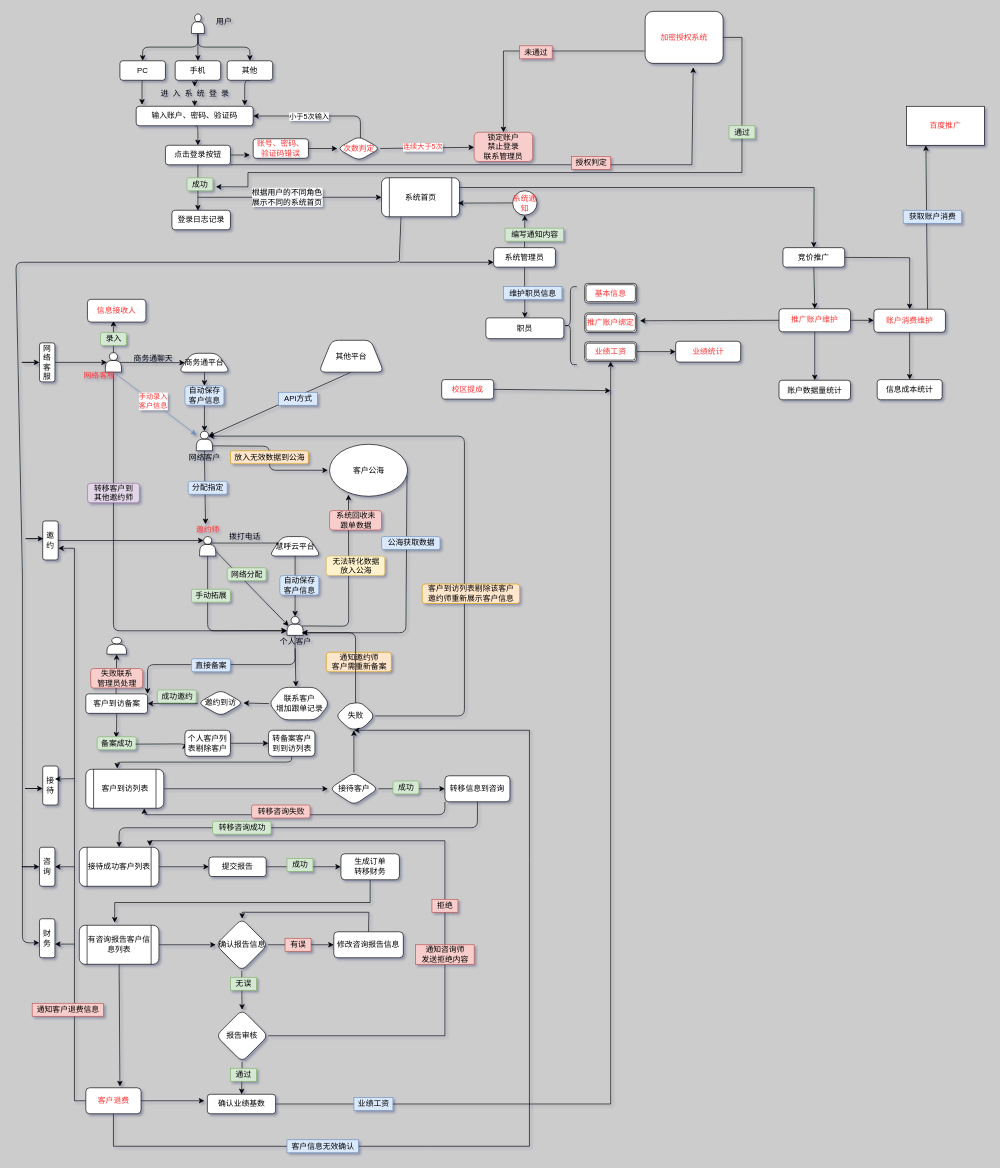
Before: Untitled Diagram.drawio in cdcmo/hgedu, a draw.io diagram. Source tidied: cells renumbered, new cells numbered last; positions are measured from the earlier drawing's top-left corner, leaving out a move shared by most shapes. Both pictures are drawn from the tidied source at 65%, with x=0, y=0 at pixel (16, 11).
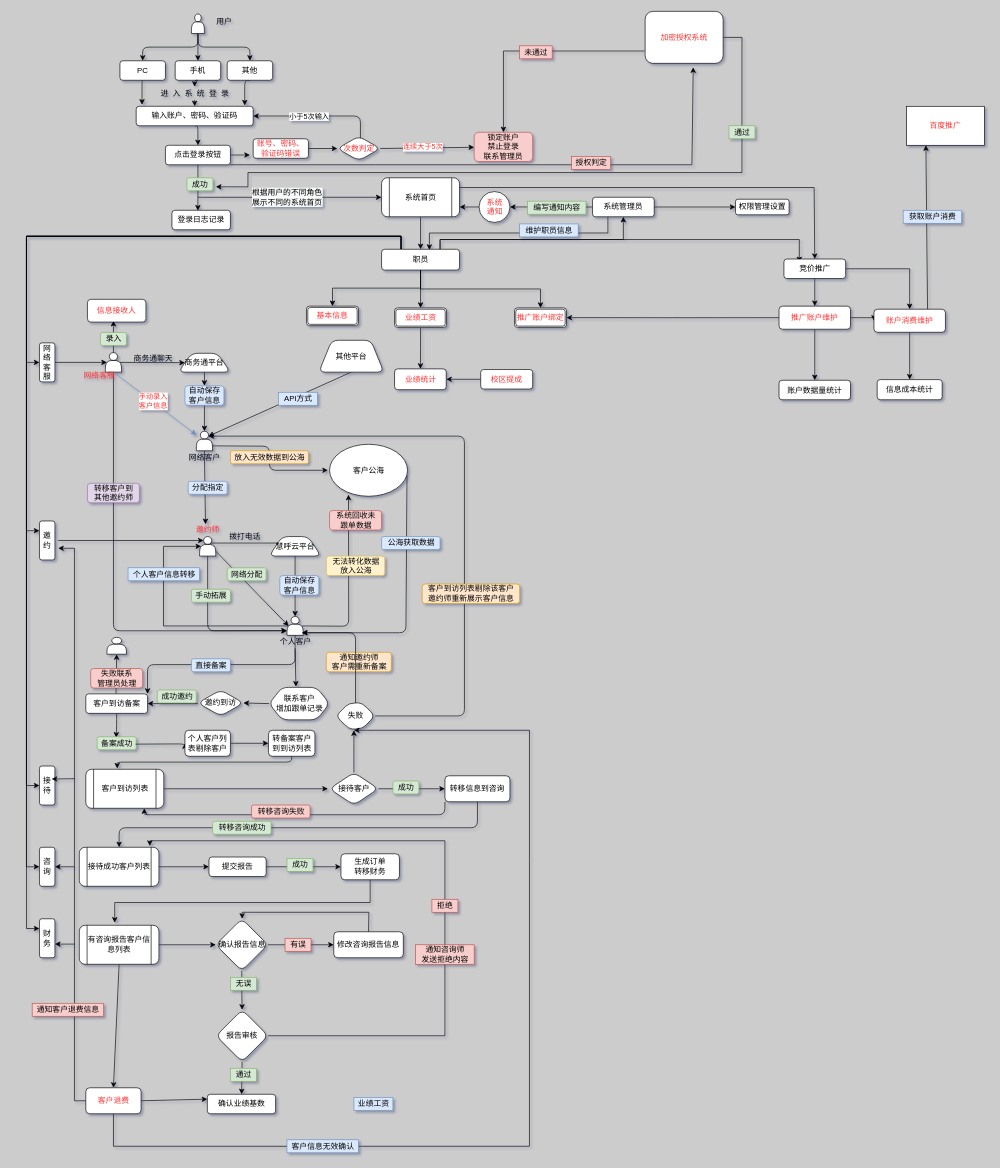
Above is the later version.

Unchanged cells that the change refers to:
```xml
<mxCell id="35" value="&lt;font color=&quot;#000000&quot;&gt;系统首页&lt;/font&gt;" style="shape=process;whiteSpace=wrap;html=1;backgroundOutline=1;fontColor=#FF3333;rounded=1;" parent="1" vertex="1">
  <mxGeometry x="562.5" y="256" width="120" height="60" as="geometry" />
</mxCell>
<mxCell id="50" style="shape=actor;whiteSpace=wrap;html=1;fontColor=#FF3333;rounded=1;" parent="1" vertex="1">
  <mxGeometry x="282.5" y="808" width="25" height="30" as="geometry" />
</mxCell>
<mxCell id="65" style="shape=actor;whiteSpace=wrap;html=1;fontColor=#FF3333;rounded=1;" parent="1" vertex="1">
  <mxGeometry x="417" y="931" width="25" height="29" as="geometry" />
</mxCell>
<mxCell id="114" value="咨询" style="whiteSpace=wrap;html=1;fontColor=#000000;rounded=1;" parent="1" vertex="1">
  <mxGeometry x="36.2" y="1286" width="23.8" height="60" as="geometry" />
</mxCell>
<mxCell id="120" value="网络客服" style="whiteSpace=wrap;html=1;fontColor=#000000;rounded=1;" parent="1" vertex="1">
  <mxGeometry x="36.2" y="510" width="23.8" height="60" as="geometry" />
</mxCell>
<mxCell id="128" value="财务" style="whiteSpace=wrap;html=1;fontColor=#000000;rounded=1;" parent="1" vertex="1">
  <mxGeometry x="36.2" y="1396" width="23.8" height="60" as="geometry" />
</mxCell>
<mxCell id="132" value="有咨询报告客户信息列表" style="shape=process;whiteSpace=wrap;html=1;backgroundOutline=1;fontColor=#000000;rounded=1;" parent="1" vertex="1">
  <mxGeometry x="97.5" y="1406" width="122.5" height="60" as="geometry" />
</mxCell>
<mxCell id="149" value="&lt;font color=&quot;#000000&quot;&gt;确认业绩基数&lt;/font&gt;" style="rounded=1;whiteSpace=wrap;html=1;fontColor=#FF3333;" parent="1" vertex="1">
  <mxGeometry x="294.5" y="1666" width="105" height="30" as="geometry" />
</mxCell>
<mxCell id="154" value="客户退费" style="rounded=1;whiteSpace=wrap;html=1;fontColor=#FF3333;" parent="1" vertex="1">
  <mxGeometry x="107.5" y="1656" width="85" height="40" as="geometry" />
</mxCell>
<mxCell id="193" value="账户消费维护" style="rounded=1;whiteSpace=wrap;html=1;fontColor=#FF3333;" parent="1" vertex="1">
  <mxGeometry x="1320" y="458.2" width="110" height="35.5" as="geometry" />
</mxCell>
```

Change to the diagram source:
```diff
@@
-    <mxCell id="33" style="edgeStyle=none;jettySize=auto;html=1;exitX=0.25;exitY=1;exitDx=0;exitDy=0;fontColor=#000000;entryX=-0.011;entryY=0.617;entryDx=0;entryDy=0;entryPerimeter=0;" parent="1" edge="1" source="35" target="128">
-      <mxGeometry relative="1" as="geometry">
-        <Array as="points">
-          <mxPoint x="590" y="376" />
-          <mxPoint x="590" y="386" />
-          <mxPoint y="386" />
-          <mxPoint x="10" y="866" />
-          <mxPoint x="10" y="1106" />
-          <mxPoint x="10" y="1226" />
-          <mxPoint x="10" y="1309" />
-          <mxPoint x="10" y="1433" />
-        </Array>
-      </mxGeometry>
-    </mxCell>
@@
+    <mxCell id="199" style="edgeStyle=orthogonalEdgeStyle;rounded=0;jettySize=auto;html=1;exitX=0.5;exitY=1;exitDx=0;exitDy=0;entryX=0.5;entryY=0;entryDx=0;entryDy=0;" parent="1" edge="1" source="35" target="167">
+      <mxGeometry relative="1" as="geometry" />
+    </mxCell>
@@
+    <mxCell id="200" style="edgeStyle=orthogonalEdgeStyle;rounded=0;jettySize=auto;html=1;exitX=0.1;exitY=0.5;exitDx=0;exitDy=0;exitPerimeter=0;entryX=0.1;entryY=0.5;entryDx=0;entryDy=0;entryPerimeter=0;" parent="1" edge="1" source="65" target="50">
+      <mxGeometry relative="1" as="geometry">
+        <Array as="points">
+          <mxPoint x="227" y="946" />
+          <mxPoint x="227" y="823" />
+        </Array>
+      </mxGeometry>
+    </mxCell>
@@
     <mxCell id="115" value="接待" style="whiteSpace=wrap;html=1;fontColor=#000000;rounded=1;" parent="1" vertex="1">
-      <mxGeometry x="41.2" y="1161" width="23.8" height="60" as="geometry" />
+      <mxGeometry x="36.2" y="1161" width="23.8" height="60" as="geometry" />
     </mxCell>
@@
     <mxCell id="117" value="邀约" style="whiteSpace=wrap;html=1;fontColor=#000000;rounded=1;" parent="1" vertex="1">
-      <mxGeometry x="41.2" y="784" width="23.8" height="60" as="geometry" />
+      <mxGeometry x="36.2" y="784" width="23.8" height="60" as="geometry" />
     </mxCell>
-    <mxCell id="118" style="edgeStyle=none;jettySize=auto;html=1;exitX=0;exitY=0.5;exitDx=0;exitDy=0;fontColor=#000000;entryX=0;entryY=0.5;entryDx=0;entryDy=0;" parent="1" edge="1" target="120">
-      <mxGeometry relative="1" as="geometry">
-        <mxPoint x="30.2" y="540" as="sourcePoint" />
-        <Array as="points">
-          <mxPoint x="4" y="540" />
-        </Array>
-      </mxGeometry>
-    </mxCell>
@@
-    <mxCell id="121" style="edgeStyle=none;orthogonalLoop=1;jettySize=auto;html=1;exitX=0;exitY=0.5;exitDx=0;exitDy=0;fontColor=#000000;entryX=0;entryY=0.5;entryDx=0;entryDy=0;" parent="1" edge="1">
-      <mxGeometry relative="1" as="geometry">
-        <mxPoint x="36.2" y="811.2" as="sourcePoint" />
-        <mxPoint x="42.2" y="811.2" as="targetPoint" />
-        <Array as="points">
-          <mxPoint x="10" y="811.2" />
-        </Array>
-      </mxGeometry>
-    </mxCell>
-    <mxCell id="122" style="edgeStyle=none;orthogonalLoop=1;jettySize=auto;html=1;exitX=0;exitY=0.5;exitDx=0;exitDy=0;fontColor=#000000;entryX=0;entryY=0.5;entryDx=0;entryDy=0;" parent="1" edge="1">
-      <mxGeometry relative="1" as="geometry">
-        <mxPoint x="35.2" y="1195.6" as="sourcePoint" />
-        <mxPoint x="41.2" y="1195.6" as="targetPoint" />
-        <Array as="points">
-          <mxPoint x="9" y="1195.6" />
-        </Array>
-      </mxGeometry>
-    </mxCell>
@@
-    <mxCell id="129" style="edgeStyle=none;orthogonalLoop=1;jettySize=auto;html=1;exitX=0;exitY=0.5;exitDx=0;exitDy=0;fontColor=#000000;entryX=0;entryY=0.5;entryDx=0;entryDy=0;" parent="1" edge="1">
-      <mxGeometry relative="1" as="geometry">
-        <mxPoint x="30.2" y="1316" as="sourcePoint" />
-        <mxPoint x="36.2" y="1316" as="targetPoint" />
-        <Array as="points">
-          <mxPoint x="4" y="1316" />
-        </Array>
-      </mxGeometry>
-    </mxCell>
@@
-    <mxCell id="131" style="edgeStyle=none;rounded=0;jettySize=auto;html=1;exitX=0.5;exitY=1;exitDx=0;exitDy=0;entryX=0.618;entryY=-0.05;entryDx=0;entryDy=0;entryPerimeter=0;fontColor=#FF3333;" parent="1" edge="1" source="132" target="154">
+    <mxCell id="131" style="edgeStyle=none;rounded=0;jettySize=auto;html=1;exitX=0.5;exitY=1;exitDx=0;exitDy=0;fontColor=#FF3333;entryX=0.5;entryY=0;entryDx=0;entryDy=0;" parent="1" edge="1" source="132" target="154">
       <mxGeometry relative="1" as="geometry" />
     </mxCell>
@@
-    <mxCell id="148" style="edgeStyle=none;rounded=0;jettySize=auto;html=1;exitX=1;exitY=0.5;exitDx=0;exitDy=0;entryX=0.5;entryY=1;entryDx=0;entryDy=0;fontColor=#FF3333;" parent="1" edge="1" source="149" target="172">
-      <mxGeometry relative="1" as="geometry">
-        <Array as="points">
-          <mxPoint x="915" y="1681" />
-        </Array>
-      </mxGeometry>
-    </mxCell>
@@
-    <mxCell id="151" style="edgeStyle=none;rounded=0;jettySize=auto;html=1;exitX=1;exitY=0.5;exitDx=0;exitDy=0;fontColor=#FF3333;" parent="1" edge="1" source="154">
-      <mxGeometry relative="1" as="geometry">
-        <mxPoint x="290" y="1676" as="targetPoint" />
-      </mxGeometry>
+    <mxCell id="151" style="edgeStyle=none;rounded=0;jettySize=auto;html=1;exitX=1;exitY=0.5;exitDx=0;exitDy=0;fontColor=#FF3333;entryX=0;entryY=0.25;entryDx=0;entryDy=0;" parent="1" edge="1" source="154" target="149">
+      <mxGeometry relative="1" as="geometry" />
     </mxCell>
@@
-    <mxCell id="160" style="edgeStyle=none;rounded=0;jettySize=auto;html=1;exitX=0;exitY=0.5;exitDx=0;exitDy=0;entryX=0.979;entryY=0.65;entryDx=0;entryDy=0;entryPerimeter=0;fontColor=#FF3333;" parent="1" edge="1" source="161" target="35">
+    <mxCell id="160" style="edgeStyle=orthogonalEdgeStyle;rounded=0;jettySize=auto;html=1;exitX=0;exitY=0.5;exitDx=0;exitDy=0;entryX=1;entryY=0.75;entryDx=0;entryDy=0;" parent="1" edge="1" source="161" target="35">
       <mxGeometry relative="1" as="geometry" />
     </mxCell>
-    <mxCell id="161" value="系统通知" style="ellipse;whiteSpace=wrap;html=1;rounded=1;fontColor=#FF3333;" parent="1" vertex="1">
-      <mxGeometry x="764.2" y="276" width="37.5" height="37.5" as="geometry" />
+    <mxCell id="161" value="系统&lt;br&gt;通知" style="ellipse;whiteSpace=wrap;html=1;rounded=1;fontColor=#FF3333;" parent="1" vertex="1">
+      <mxGeometry x="712.5" y="277.2" width="47.5" height="47.5" as="geometry" />
     </mxCell>
-    <mxCell id="162" style="edgeStyle=none;rounded=0;jettySize=auto;html=1;exitX=0.5;exitY=0;exitDx=0;exitDy=0;entryX=0.5;entryY=1;entryDx=0;entryDy=0;fontColor=#FF3333;" parent="1" edge="1" source="165" target="161">
+    <mxCell id="162" style="edgeStyle=orthogonalEdgeStyle;rounded=0;jettySize=auto;html=1;exitX=0;exitY=0.5;exitDx=0;exitDy=0;entryX=1;entryY=0.5;entryDx=0;entryDy=0;" parent="1" edge="1" source="165" target="161">
       <mxGeometry relative="1" as="geometry" />
     </mxCell>
-    <mxCell id="163" style="edgeStyle=none;rounded=0;jettySize=auto;html=1;fontColor=#FF3333;entryX=0;entryY=0.75;entryDx=0;entryDy=0;" parent="1" edge="1" target="165">
-      <mxGeometry relative="1" as="geometry">
-        <mxPoint x="590" y="386" as="sourcePoint" />
-      </mxGeometry>
-    </mxCell>
-    <mxCell id="164" style="edgeStyle=none;rounded=0;jettySize=auto;html=1;exitX=0.5;exitY=1;exitDx=0;exitDy=0;entryX=0.5;entryY=0;entryDx=0;entryDy=0;fontColor=#FF3333;" parent="1" edge="1" source="165" target="167">
+    <mxCell id="164" style="edgeStyle=orthogonalEdgeStyle;rounded=0;jettySize=auto;html=1;exitX=0.25;exitY=1;exitDx=0;exitDy=0;entryX=0.613;entryY=0.031;entryDx=0;entryDy=0;entryPerimeter=0;" parent="1" edge="1" source="165" target="167">
       <mxGeometry relative="1" as="geometry" />
     </mxCell>
+    <mxCell id="201" style="edgeStyle=orthogonalEdgeStyle;rounded=0;jettySize=auto;html=1;exitX=1;exitY=0.5;exitDx=0;exitDy=0;entryX=0;entryY=0.5;entryDx=0;entryDy=0;" parent="1" edge="1" source="165" target="215">
+      <mxGeometry relative="1" as="geometry" />
+    </mxCell>
     <mxCell id="165" value="系统管理员" style="whiteSpace=wrap;html=1;fontColor=#000000;rounded=1;" parent="1" vertex="1">
-      <mxGeometry x="735" y="363.5" width="95" height="30" as="geometry" />
+      <mxGeometry x="887" y="286" width="95" height="30" as="geometry" />
     </mxCell>
     <mxCell id="166" value="编写通知内容" style="text;html=1;align=center;verticalAlign=middle;fillColor=#d5e8d4;strokeColor=#82b366;" parent="1" vertex="1">
-      <mxGeometry x="752.5" y="333.5" width="90" height="20" as="geometry" />
+      <mxGeometry x="787" y="292" width="90" height="20" as="geometry" />
     </mxCell>
+    <mxCell id="202" style="edgeStyle=orthogonalEdgeStyle;rounded=0;jettySize=auto;html=1;exitX=0.5;exitY=1;exitDx=0;exitDy=0;entryX=0.5;entryY=0;entryDx=0;entryDy=0;" parent="1" edge="1" source="167" target="186">
+      <mxGeometry relative="1" as="geometry" />
+    </mxCell>
+    <mxCell id="203" style="edgeStyle=orthogonalEdgeStyle;rounded=0;jettySize=auto;html=1;exitX=0.5;exitY=1;exitDx=0;exitDy=0;entryX=0.5;entryY=0;entryDx=0;entryDy=0;" parent="1" edge="1" source="167" target="170">
+      <mxGeometry relative="1" as="geometry" />
+    </mxCell>
+    <mxCell id="204" style="edgeStyle=orthogonalEdgeStyle;rounded=0;jettySize=auto;html=1;exitX=0.5;exitY=1;exitDx=0;exitDy=0;entryX=0.5;entryY=0;entryDx=0;entryDy=0;" parent="1" edge="1" source="167" target="172">
+      <mxGeometry relative="1" as="geometry" />
+    </mxCell>
+    <mxCell id="205" style="edgeStyle=orthogonalEdgeStyle;rounded=0;jettySize=auto;html=1;exitX=0.75;exitY=0;exitDx=0;exitDy=0;entryX=0.5;entryY=1;entryDx=0;entryDy=0;" parent="1" edge="1" source="167" target="165">
+      <mxGeometry relative="1" as="geometry">
+        <Array as="points">
+          <mxPoint x="653" y="351" />
+          <mxPoint x="935" y="351" />
+        </Array>
+      </mxGeometry>
+    </mxCell>
+    <mxCell id="206" style="edgeStyle=orthogonalEdgeStyle;rounded=0;orthogonalLoop=1;jettySize=auto;html=1;exitX=0.75;exitY=0;exitDx=0;exitDy=0;entryX=0.25;entryY=0;entryDx=0;entryDy=0;" parent="1" edge="1">
+      <mxGeometry relative="1" as="geometry">
+        <mxPoint x="652.5" y="371" as="sourcePoint" />
+        <mxPoint x="1205.2" y="386" as="targetPoint" />
+        <Array as="points">
+          <mxPoint x="653" y="351" />
+          <mxPoint x="1205" y="351" />
+        </Array>
+      </mxGeometry>
+    </mxCell>
+    <mxCell id="207" style="edgeStyle=orthogonalEdgeStyle;rounded=0;jettySize=auto;html=1;exitX=0.25;exitY=0;exitDx=0;exitDy=0;entryX=0;entryY=0.5;entryDx=0;entryDy=0;" parent="1" edge="1" source="167" target="120">
+      <mxGeometry relative="1" as="geometry" />
+    </mxCell>
+    <mxCell id="208" style="edgeStyle=orthogonalEdgeStyle;rounded=0;jettySize=auto;html=1;exitX=0.25;exitY=0;exitDx=0;exitDy=0;entryX=0;entryY=0.25;entryDx=0;entryDy=0;" parent="1" edge="1" source="167" target="117">
+      <mxGeometry relative="1" as="geometry" />
+    </mxCell>
+    <mxCell id="209" style="edgeStyle=orthogonalEdgeStyle;rounded=0;jettySize=auto;html=1;exitX=0.25;exitY=0;exitDx=0;exitDy=0;entryX=0;entryY=0.5;entryDx=0;entryDy=0;" parent="1" edge="1" source="167" target="115">
+      <mxGeometry relative="1" as="geometry" />
+    </mxCell>
+    <mxCell id="210" style="edgeStyle=orthogonalEdgeStyle;rounded=0;jettySize=auto;html=1;exitX=0.25;exitY=0;exitDx=0;exitDy=0;entryX=0;entryY=0.5;entryDx=0;entryDy=0;" parent="1" edge="1" source="167" target="114">
+      <mxGeometry relative="1" as="geometry" />
+    </mxCell>
+    <mxCell id="211" style="edgeStyle=orthogonalEdgeStyle;rounded=0;jettySize=auto;html=1;exitX=0.25;exitY=0;exitDx=0;exitDy=0;entryX=0;entryY=0.25;entryDx=0;entryDy=0;" parent="1" edge="1" source="167" target="128">
+      <mxGeometry relative="1" as="geometry" />
+    </mxCell>
     <mxCell id="167" value="&lt;font color=&quot;#000000&quot;&gt;职员&lt;/font&gt;" style="rounded=1;whiteSpace=wrap;html=1;fontColor=#FF3333;" parent="1" vertex="1">
-      <mxGeometry x="723" y="471.5" width="120" height="32" as="geometry" />
+      <mxGeometry x="562.5" y="366" width="120" height="32" as="geometry" />
     </mxCell>
     <mxCell id="168" value="维护职员信息" style="text;html=1;align=center;verticalAlign=middle;fillColor=#dae8fc;strokeColor=#6c8ebf;" parent="1" vertex="1">
-      <mxGeometry x="750" y="423.5" width="90" height="20" as="geometry" />
+      <mxGeometry x="775" y="327" width="90" height="20" as="geometry" />
     </mxCell>
-    <mxCell id="169" style="shape=curlyBracket;whiteSpace=wrap;html=1;rounded=1;fontColor=#FF3333;" parent="1" vertex="1">
-      <mxGeometry x="843" y="423.5" width="20" height="120" as="geometry" />
-    </mxCell>
+    <mxCell id="171" style="edgeStyle=orthogonalEdgeStyle;rounded=0;jettySize=auto;html=1;" parent="1" edge="1" source="172" target="176">
+      <mxGeometry relative="1" as="geometry" />
+    </mxCell>
     <mxCell id="170" value="推广账户绑定" style="shape=ext;double=1;rounded=1;whiteSpace=wrap;html=1;fontColor=#FF3333;" parent="1" vertex="1">
-      <mxGeometry x="875" y="464" width="80" height="30" as="geometry" />
+      <mxGeometry x="767" y="456.2" width="80" height="30" as="geometry" />
     </mxCell>
-    <mxCell id="171" style="edgeStyle=none;rounded=0;jettySize=auto;html=1;exitX=1;exitY=0.5;exitDx=0;exitDy=0;entryX=0;entryY=0.5;entryDx=0;entryDy=0;fontColor=#FF3333;" parent="1" edge="1" source="172" target="176">
-      <mxGeometry relative="1" as="geometry" />
-    </mxCell>
-    <mxCell id="172" value="业绩工资" style="shape=ext;double=1;rounded=1;whiteSpace=wrap;html=1;fontColor=#FF3333;" parent="1" vertex="1">
-      <mxGeometry x="875" y="508.5" width="80" height="30" as="geometry" />
-    </mxCell>
@@
-    <mxCell id="174" style="edgeStyle=none;rounded=0;jettySize=auto;html=1;exitX=1;exitY=0.5;exitDx=0;exitDy=0;fontColor=#FF3333;" parent="1" edge="1" source="175">
-      <mxGeometry relative="1" as="geometry">
-        <mxPoint x="915" y="583.5" as="targetPoint" />
-      </mxGeometry>
-    </mxCell>
+    <mxCell id="212" style="edgeStyle=orthogonalEdgeStyle;rounded=0;jettySize=auto;html=1;exitX=0;exitY=0.5;exitDx=0;exitDy=0;entryX=1;entryY=0.5;entryDx=0;entryDy=0;" parent="1" edge="1" source="175" target="176">
+      <mxGeometry relative="1" as="geometry" />
+    </mxCell>
     <mxCell id="175" value="校区提成" style="rounded=1;whiteSpace=wrap;html=1;fontColor=#FF3333;" parent="1" vertex="1">
-      <mxGeometry x="655" y="566.5" width="80" height="30" as="geometry" />
+      <mxGeometry x="715" y="551" width="80" height="30" as="geometry" />
     </mxCell>
     <mxCell id="176" value="业绩统计" style="rounded=1;whiteSpace=wrap;html=1;fontColor=#FF3333;" parent="1" vertex="1">
-      <mxGeometry x="1015" y="507.5" width="100" height="32" as="geometry" />
+      <mxGeometry x="582.5" y="550" width="79.5" height="32" as="geometry" />
     </mxCell>
@@
     <mxCell id="184" style="edgeStyle=none;rounded=0;jettySize=auto;html=1;exitX=1;exitY=0.5;exitDx=0;exitDy=0;entryX=0.5;entryY=0;entryDx=0;entryDy=0;fontColor=#FF3333;" parent="1" edge="1" source="185" target="193">
       <mxGeometry relative="1" as="geometry">
         <Array as="points">
-          <mxPoint x="1375" y="379" />
+          <mxPoint x="1375" y="396" />
         </Array>
       </mxGeometry>
     </mxCell>
     <mxCell id="185" value="竞价推广" style="whiteSpace=wrap;html=1;fontColor=#000000;rounded=1;" parent="1" vertex="1">
-      <mxGeometry x="1180" y="363.5" width="95" height="30" as="geometry" />
+      <mxGeometry x="1181.5" y="381" width="95" height="30" as="geometry" />
     </mxCell>
     <mxCell id="186" value="基本信息" style="shape=ext;double=1;rounded=1;whiteSpace=wrap;html=1;fontColor=#FF3333;" parent="1" vertex="1">
-      <mxGeometry x="875" y="418.5" width="80" height="30" as="geometry" />
+      <mxGeometry x="447" y="453.5" width="80" height="30" as="geometry" />
     </mxCell>
-    <mxCell id="187" style="edgeStyle=none;rounded=0;jettySize=auto;html=1;exitX=0;exitY=0.5;exitDx=0;exitDy=0;fontColor=#FF3333;" parent="1" edge="1" source="190">
-      <mxGeometry relative="1" as="geometry">
-        <mxPoint x="960" y="476" as="targetPoint" />
-      </mxGeometry>
-    </mxCell>
@@
+    <mxCell id="213" style="edgeStyle=orthogonalEdgeStyle;rounded=0;jettySize=auto;html=1;exitX=0;exitY=0.5;exitDx=0;exitDy=0;entryX=1;entryY=0.5;entryDx=0;entryDy=0;" parent="1" edge="1" source="190" target="170">
+      <mxGeometry relative="1" as="geometry" />
+    </mxCell>
     <mxCell id="190" value="推广账户维护" style="rounded=1;whiteSpace=wrap;html=1;fontColor=#FF3333;" parent="1" vertex="1">
-      <mxGeometry x="1174" y="457.5" width="110" height="35.5" as="geometry" />
+      <mxGeometry x="1174" y="453.5" width="110" height="35.5" as="geometry" />
     </mxCell>
@@
+    <mxCell id="214" value="个人客户信息转移" style="text;html=1;align=center;verticalAlign=middle;fillColor=#dae8fc;strokeColor=#6c8ebf;" parent="1" vertex="1">
+      <mxGeometry x="172.5" y="856" width="110" height="20" as="geometry" />
+    </mxCell>
+    <mxCell id="172" value="业绩工资" style="shape=ext;double=1;rounded=1;whiteSpace=wrap;html=1;fontColor=#FF3333;" parent="1" vertex="1">
+      <mxGeometry x="582.5" y="456.2" width="80" height="30" as="geometry" />
+    </mxCell>
+    <mxCell id="215" value="权限管理设置" style="rounded=1;whiteSpace=wrap;html=1;" parent="1" vertex="1">
+      <mxGeometry x="1107" y="289" width="82.5" height="24" as="geometry" />
+    </mxCell>
```
